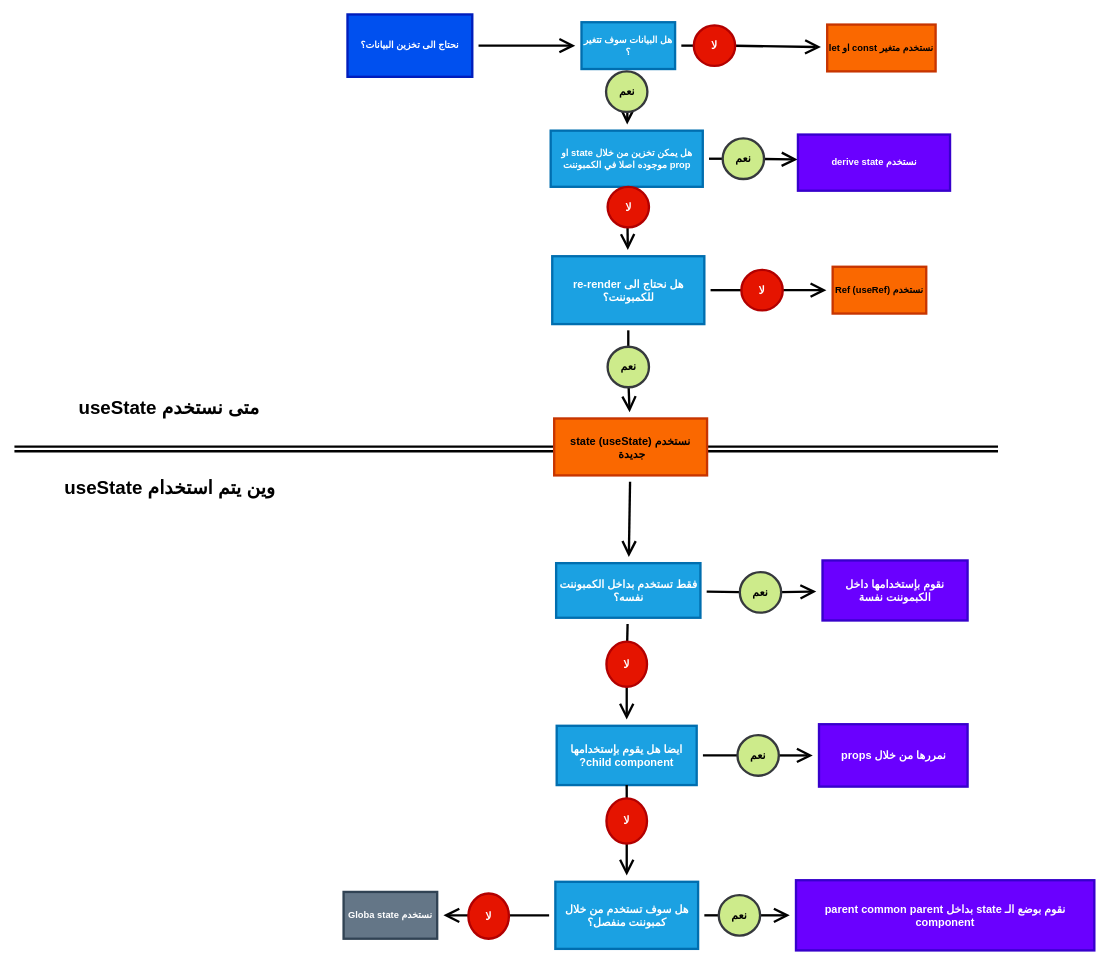
0xNo0B/travel-list keeps this draw.io diagram as statemangment.drawio. Above is the earlier version. Source tidied: cells renumbered, new cells numbered last; positions are measured from the earlier drawing's top-left corner, leaving out a move shared by most shapes. Both pictures are drawn from the tidied source at 78%, with x=0, y=0 at pixel (14, 14).
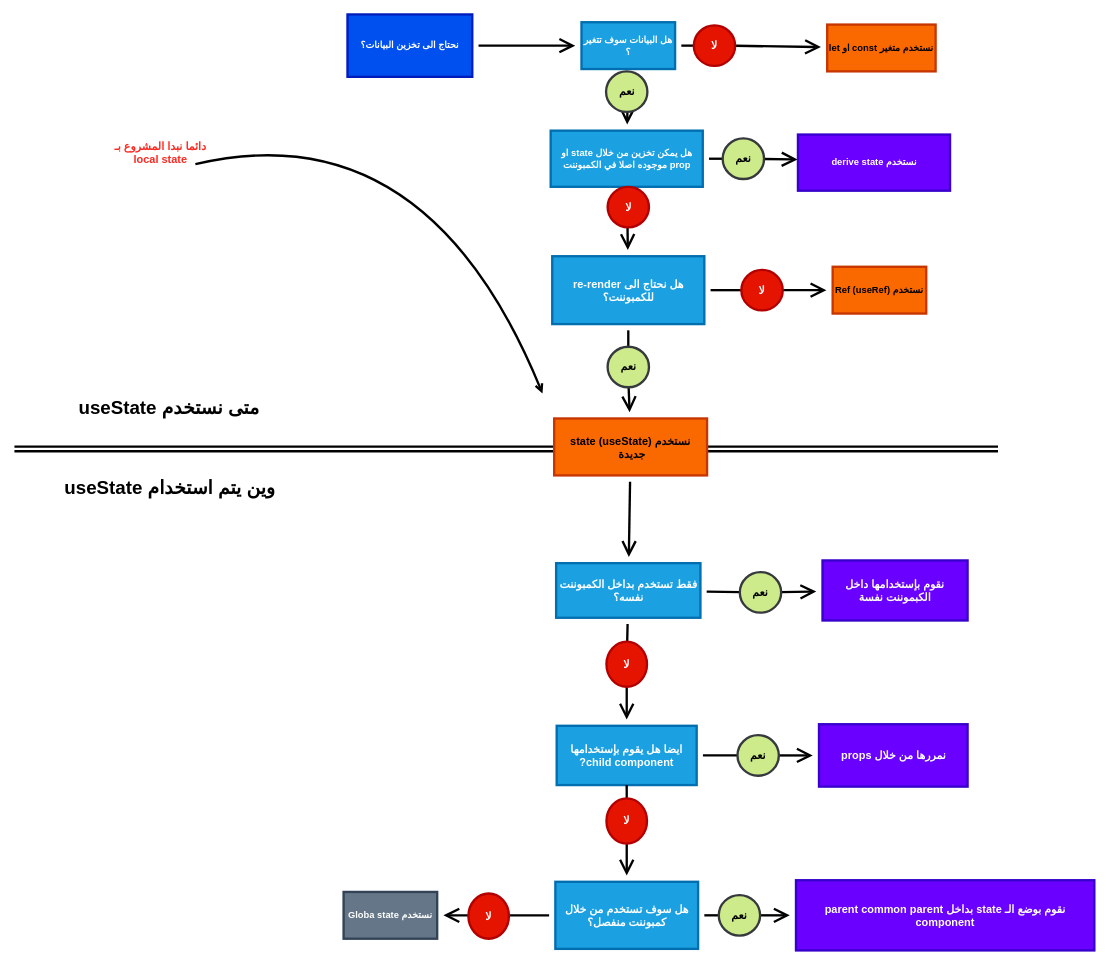
The same page after the edit.

Change to the diagram source:
```diff
@@
+    <mxCell id="55" style="edgeStyle=none;orthogonalLoop=1;jettySize=auto;html=1;strokeColor=default;strokeWidth=3;endArrow=open;sourcePerimeterSpacing=8;targetPerimeterSpacing=8;curved=1;" parent="1" edge="1">
+      <mxGeometry relative="1" as="geometry">
+        <mxPoint x="232" y="192" as="sourcePoint" />
+        <mxPoint x="677" y="486" as="targetPoint" />
+        <Array as="points">
+          <mxPoint x="528" y="122" />
+        </Array>
+      </mxGeometry>
+    </mxCell>
+    <mxCell id="56" value="&lt;h3&gt;&lt;font color=&quot;#ff2921&quot;&gt;دائما نبدا المشروع بـ&lt;br&gt; local state&lt;/font&gt;&lt;/h3&gt;" style="text;html=1;align=center;verticalAlign=middle;strokeColor=none;fillColor=none;" parent="1" vertex="1">
+      <mxGeometry x="130" y="140" width="113" height="74" as="geometry" />
+    </mxCell>
```
